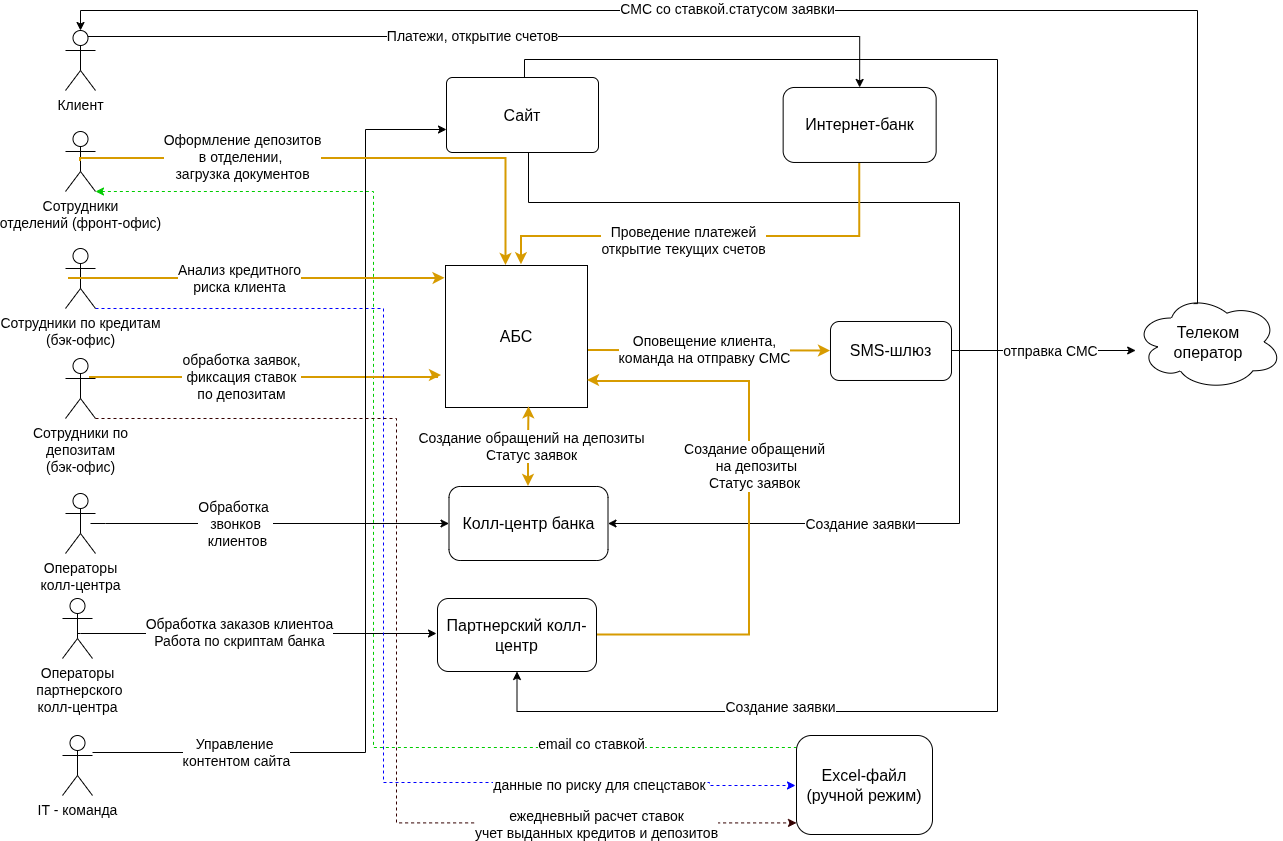
Above: Task1/Integration_scheme.drawio.png in andrewvishnyakov/architecture-standart (draw.io), before the change. Source tidied: cells renumbered, new cells last; positions are measured from the earlier drawing's top-left corner, leaving out a move shared by most shapes.
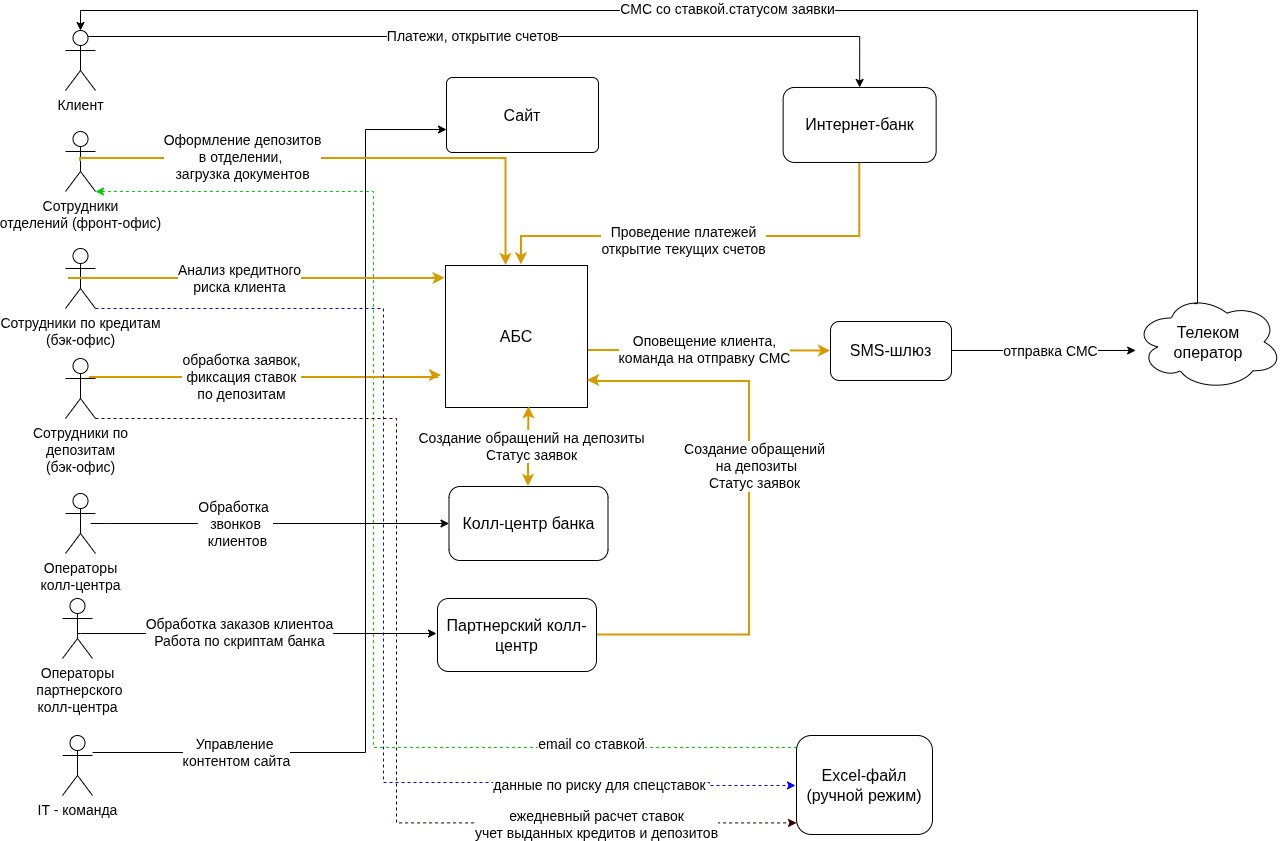
The same diagram one commit later.

Commit message:
task1 schemas & task2 furps+

Change to the diagram source:
```diff
@@ -144,21 +144,6 @@
     <mxCell id="27" value="&lt;span style=&quot;color: rgb(0, 0, 0); font-family: Helvetica; font-size: 16px; font-style: normal; font-variant-ligatures: normal; font-variant-caps: normal; font-weight: 400; letter-spacing: normal; orphans: 2; text-align: center; text-indent: 0px; text-transform: none; widows: 2; word-spacing: 0px; -webkit-text-stroke-width: 0px; white-space: normal; text-decoration-thickness: initial; text-decoration-style: initial; text-decoration-color: initial; float: none; display: inline !important;&quot;&gt;Сайт&lt;/span&gt;" style="rounded=1;whiteSpace=wrap;html=1;arcSize=8;" parent="1" vertex="1">
       <mxGeometry x="384" y="67" width="152" height="75" as="geometry" />
     </mxCell>
-    <mxCell id="28" style="edgeStyle=orthogonalEdgeStyle;rounded=0;jettySize=auto;html=1;exitX=0.5;exitY=1;exitDx=0;exitDy=0;entryX=1;entryY=0.5;entryDx=0;entryDy=0;" parent="1" edge="1" source="27" target="32">
-      <mxGeometry relative="1" as="geometry">
-        <Array as="points">
-          <mxPoint x="466" y="142" />
-          <mxPoint x="466" y="192" />
-          <mxPoint x="897" y="192" />
-          <mxPoint x="897" y="513" />
-        </Array>
-      </mxGeometry>
-    </mxCell>
-    <mxCell id="29" value="&lt;font style=&quot;font-size: 14px;&quot;&gt;Создание заявки&lt;/font&gt;" style="edgeLabel;html=1;align=center;verticalAlign=middle;" parent="28" vertex="1">
-      <mxGeometry x="0.77" y="-1" relative="1" as="geometry">
-        <mxPoint x="121" y="1" as="offset" />
-      </mxGeometry>
-    </mxCell>
     <mxCell id="30" style="edgeStyle=orthogonalEdgeStyle;rounded=0;jettySize=auto;html=1;exitX=0.5;exitY=0;exitDx=0;exitDy=0;startArrow=classic;startFill=1;fillColor=#ffe6cc;strokeColor=#d79b00;strokeWidth=2;entryX=0.588;entryY=0.995;entryDx=0;entryDy=0;entryPerimeter=0;" parent="1" edge="1" source="32" target="23">
       <mxGeometry relative="1" as="geometry" />
     </mxCell>
@@ -168,25 +153,6 @@
     <mxCell id="32" value="&lt;span style=&quot;font-size: 16px;&quot;&gt;Колл-центр банка&lt;/span&gt;" style="rounded=1;whiteSpace=wrap;html=1;" parent="1" vertex="1">
       <mxGeometry x="386.5" y="476" width="159" height="74" as="geometry" />
     </mxCell>
-    <mxCell id="33" style="edgeStyle=orthogonalEdgeStyle;rounded=0;jettySize=auto;html=1;exitX=0.513;exitY=0.001;exitDx=0;exitDy=0;exitPerimeter=0;" parent="1" edge="1" source="27" target="37">
-      <mxGeometry relative="1" as="geometry">
-        <Array as="points">
-          <mxPoint x="462" y="49" />
-          <mxPoint x="935" y="49" />
-          <mxPoint x="935" y="701" />
-        </Array>
-      </mxGeometry>
-    </mxCell>
-    <mxCell id="34" value="&lt;span style=&quot;color: rgba(0, 0, 0, 0); font-family: monospace; font-size: 0px; text-align: start; background-color: rgb(236, 236, 236);&quot;&gt;%3CmxGraphModel%3E%3Croot%3E%3CmxCell%20id%3D%220%22%2F%3E%3CmxCell%20id%3D%221%22%20parent%3D%220%22%2F%3E%3CmxCell%20id%3D%222%22%20connectable%3D%220%22%20parent%3D%221%22%20style%3D%22edgeLabel%3Bhtml%3D1%3Balign%3Dcenter%3BverticalAlign%3Dmiddle%3Bresizable%3D0%3Bpoints%3D%5B%5D%3B%22%20value%3D%22%26lt%3Bfont%20style%3D%26quot%3Bfont-size%3A%2014px%3B%26quot%3B%26gt%3B%D0%A1%D0%BE%D0%B7%D0%B4%D0%B0%D0%BD%D0%B8%D0%B5%20%D0%B7%D0%B0%D1%8F%D0%B2%D0%BA%D0%B8%26lt%3B%2Ffont%26gt%3B%22%20vertex%3D%221%22%3E%3CmxGeometry%20x%3D%22545.296875%22%20y%3D%22541%22%20as%3D%22geometry%22%2F%3E%3C%2FmxCell%3E%3C%2Froot%3E%3C%2FmxGraphModel%3EСо&lt;/span&gt;" style="edgeLabel;html=1;align=center;verticalAlign=middle;" parent="33" vertex="1">
-      <mxGeometry x="0.78" relative="1" as="geometry">
-        <mxPoint x="119" y="-4" as="offset" />
-      </mxGeometry>
-    </mxCell>
-    <mxCell id="35" value="&lt;font style=&quot;font-size: 14px;&quot;&gt;Создание заявки&lt;/font&gt;" style="edgeLabel;html=1;align=center;verticalAlign=middle;" parent="33" vertex="1">
-      <mxGeometry x="0.77" y="3" relative="1" as="geometry">
-        <mxPoint x="112" y="-8" as="offset" />
-      </mxGeometry>
-    </mxCell>
     <mxCell id="36" style="edgeStyle=orthogonalEdgeStyle;rounded=0;orthogonalLoop=1;jettySize=auto;html=1;strokeWidth=2;fillColor=#ffe6cc;strokeColor=#d79b00;" parent="1" edge="1">
       <mxGeometry relative="1" as="geometry">
         <mxPoint x="529" y="624.5" as="sourcePoint" />
```
